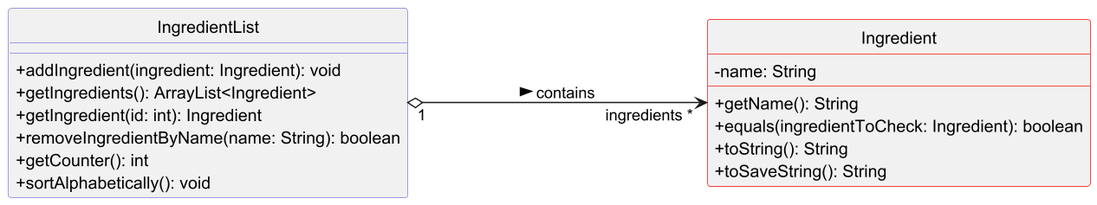
Above: docs/img/ClassDiagrams/ingredientsClassDiagram.png in nus-cs2113-AY2425S1/tp (PlantUML), before the change. Its source is kept beside it as docs/puml/ClassDiagrams/ingredientsClassDiagram.puml.
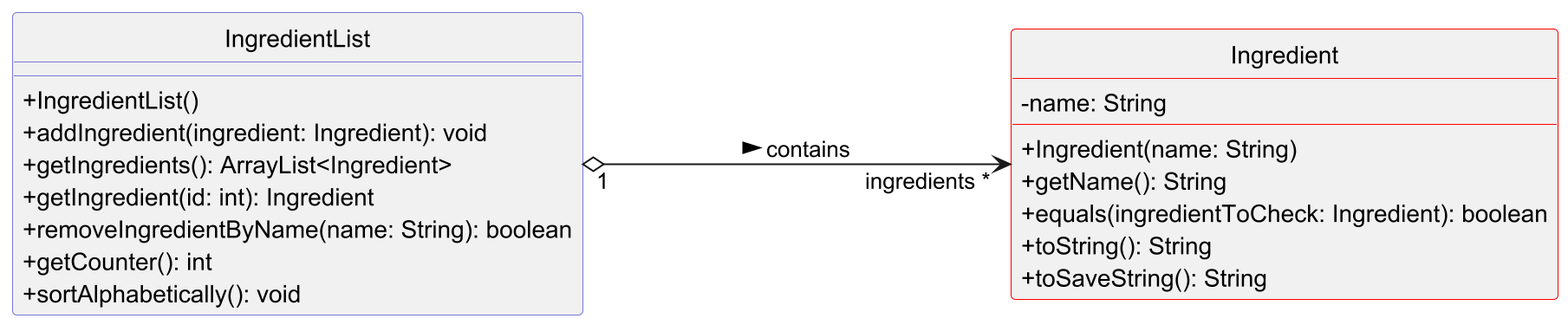
Above is the later version.

Commit message:
Add constructors to all class diagrams

What changed in the source:
```diff
@@ -8,6 +8,7 @@
 class Ingredient #COLOR_RED{
     - name: String
     __
+    + Ingredient(name: String)
     + getName(): String
     + equals(ingredientToCheck: Ingredient): boolean
     + toString(): String
@@ -17,6 +18,7 @@
 
 class IngredientList #COLOR_PURPLE_BLUE{
     __
+    + IngredientList()
     + addIngredient(ingredient: Ingredient): void
     + getIngredients(): ArrayList<Ingredient>
     + getIngredient(id: int): Ingredient
```
